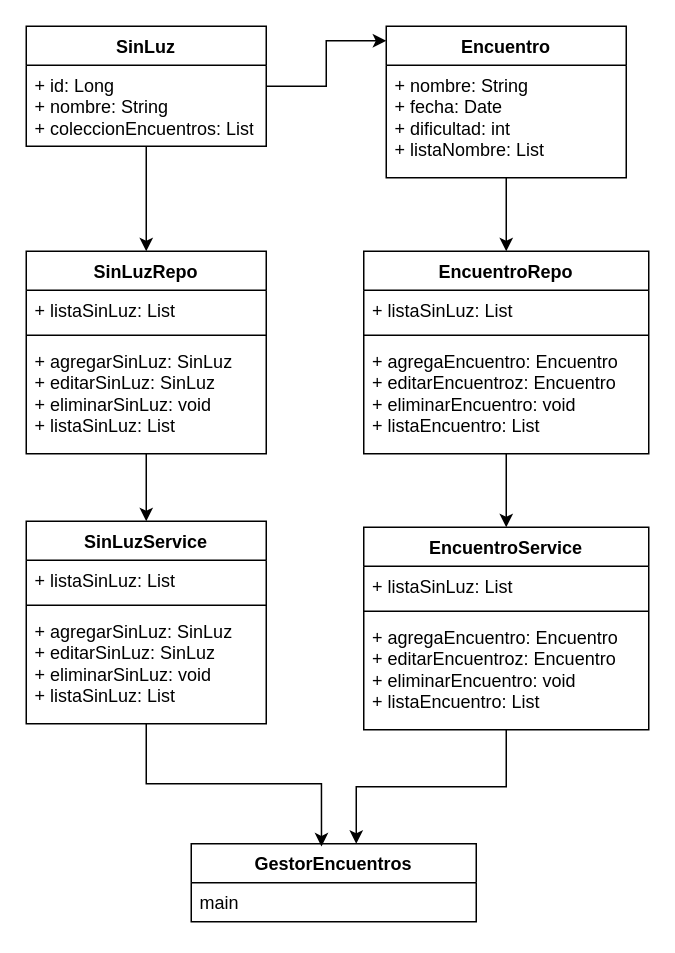
The draw.io diagram Acceso a Datos/Actividad EldenRing/EldenRing.drawio in jaijimmac/2-DAM, before the edit. Source tidied: cells renumbered, new cells numbered last; positions are measured from the earlier drawing's top-left corner, leaving out a move shared by most shapes. Both pictures are drawn from the tidied source at 150%, with x=0, y=0 at pixel (26, 26).
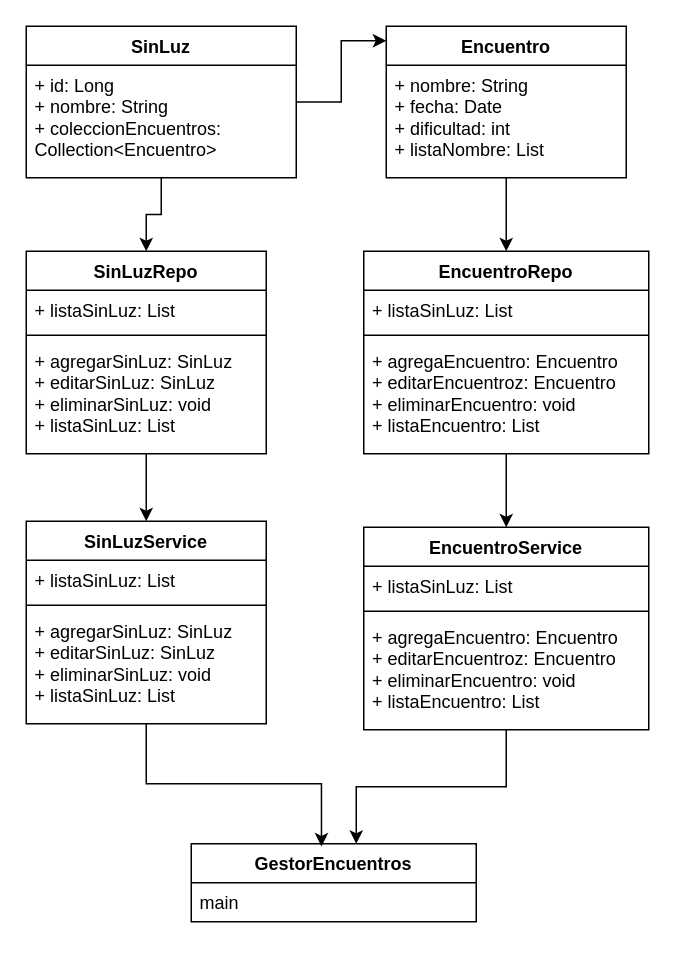
Above is the later version.

The edit, as a diff of the source:
```diff
@@
     <mxCell id="3" value="SinLuz" style="swimlane;fontStyle=1;align=center;verticalAlign=top;horizontal=1;startSize=26;whiteSpace=wrap;html=1;" parent="1" vertex="1">
-      <mxGeometry width="160" height="80" as="geometry" />
+      <mxGeometry width="180" height="101" as="geometry" />
     </mxCell>
-    <mxCell id="4" value="+ id: Long&lt;div&gt;+ nombre: String&lt;/div&gt;&lt;div&gt;+ coleccionEncuentros: List&lt;/div&gt;" style="text;strokeColor=none;fillColor=none;align=left;verticalAlign=top;spacingLeft=4;spacingRight=4;overflow=hidden;whiteSpace=wrap;html=1;" parent="3" vertex="1">
-      <mxGeometry y="26" width="160" height="54" as="geometry" />
+    <mxCell id="4" value="+ id: Long&lt;div&gt;+ nombre: String&lt;/div&gt;&lt;div&gt;+ coleccionEncuentros: Collection&amp;lt;Encuentro&amp;gt;&lt;/div&gt;" style="text;strokeColor=none;fillColor=none;align=left;verticalAlign=top;spacingLeft=4;spacingRight=4;overflow=hidden;whiteSpace=wrap;html=1;" parent="3" vertex="1">
+      <mxGeometry y="26" width="180" height="75" as="geometry" />
     </mxCell>
```
